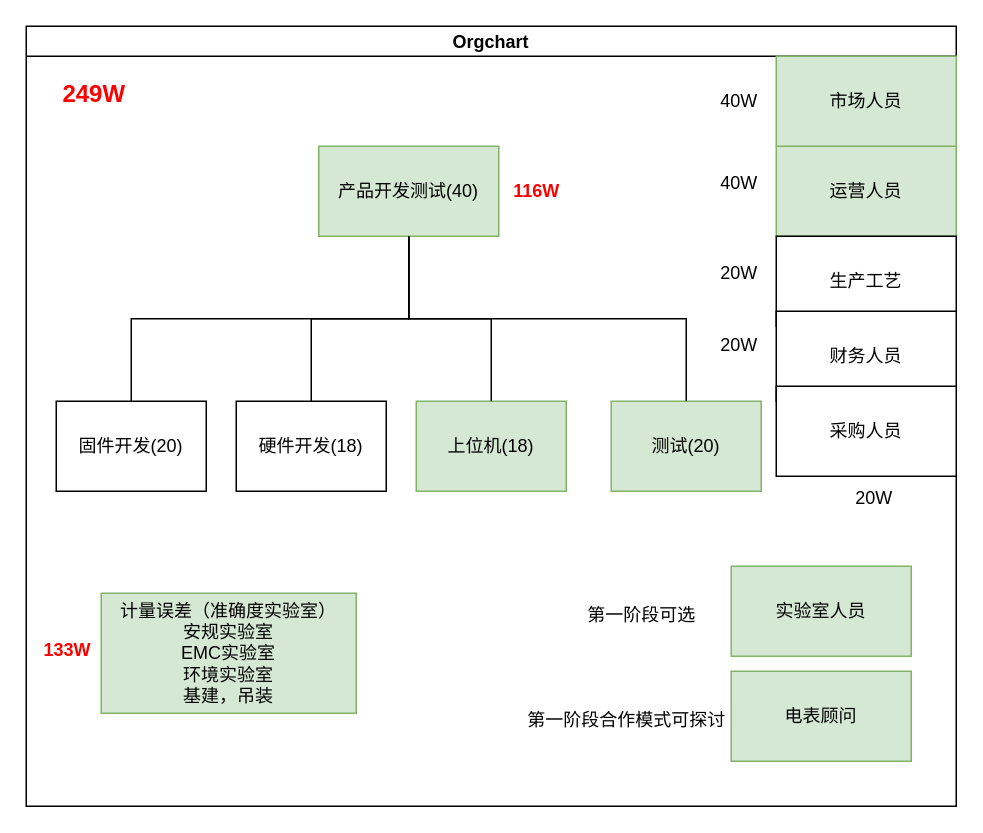
Earlier version of the draw.io diagram 开发团队.drawio (q30china/draw). Source tidied: cells renumbered, new cells numbered last; positions are measured from the earlier drawing's top-left corner, leaving out a move shared by most shapes. Both pictures are drawn from the tidied source at 150%, with x=0, y=0 at pixel (26, 26).
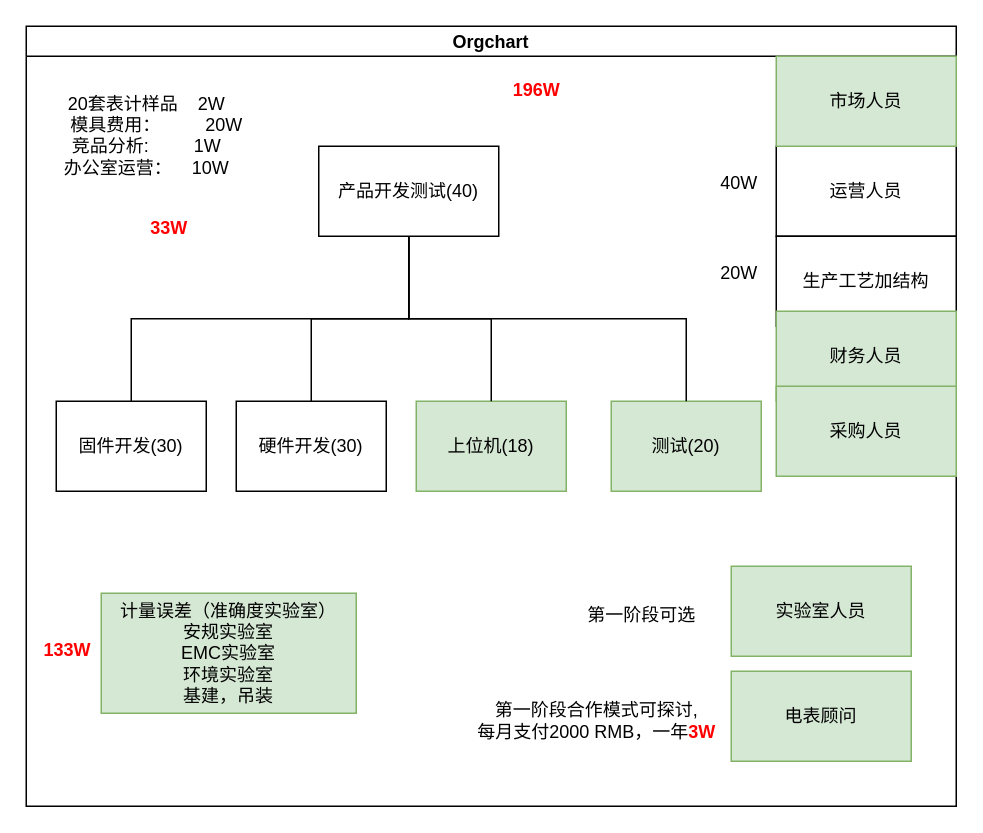
After the change.

Commit message:
更新开发团队.drawio

The change refers to these unchanged cells:
```xml
<mxCell id="2" value="Orgchart" style="swimlane;startSize=20;horizontal=1;containerType=tree;newEdgeStyle={&quot;edgeStyle&quot;:&quot;elbowEdgeStyle&quot;,&quot;startArrow&quot;:&quot;none&quot;,&quot;endArrow&quot;:&quot;none&quot;};" parent="1" vertex="1">
  <mxGeometry width="620" height="520" as="geometry" />
</mxCell>
<mxCell id="7" style="group;" parent="2" vertex="1">
  <mxGeometry x="320" y="360" width="270" height="130" as="geometry" />
</mxCell>
<mxCell id="13" style="group;" parent="2" vertex="1">
  <mxGeometry x="20" y="80" width="550" height="230" as="geometry" />
</mxCell>
```

Diff of the diagram source:
```diff
@@
-    <mxCell id="3" value="&lt;b&gt;&lt;font style=&quot;color: rgb(255, 0, 0); font-size: 16px;&quot;&gt;249W&lt;/font&gt;&lt;/b&gt;" style="text;html=1;align=center;verticalAlign=middle;strokeColor=none;fillColor=none;" parent="2" vertex="1">
-      <mxGeometry x="10" y="30" width="70" height="30" as="geometry" />
-    </mxCell>
@@
-    <mxCell id="12" value="第一阶段合作模式可探讨" style="text;html=1;align=center;verticalAlign=middle;strokeColor=none;fillColor=none;" parent="7" vertex="1">
-      <mxGeometry y="88" width="160" height="30" as="geometry" />
+    <mxCell id="12" value="第一阶段合作模式可探讨,&lt;div&gt;每月支付2000 RMB，一年&lt;font style=&quot;color: rgb(255, 0, 0);&quot;&gt;&lt;b&gt;3W&lt;/b&gt;&lt;/font&gt;&lt;/div&gt;" style="text;html=1;align=center;verticalAlign=middle;strokeColor=none;fillColor=none;" parent="7" vertex="1">
+      <mxGeometry x="-30" y="83" width="180" height="40" as="geometry" />
     </mxCell>
@@
-    <mxCell id="16" value="产品开发测试(40)" style="whiteSpace=wrap;html=1;align=center;newEdgeStyle={&quot;edgeStyle&quot;:&quot;elbowEdgeStyle&quot;,&quot;startArrow&quot;:&quot;none&quot;,&quot;endArrow&quot;:&quot;none&quot;};fillColor=#d5e8d4;strokeColor=#82b366;" parent="13" vertex="1">
+    <mxCell id="16" value="产品开发测试(40)" style="whiteSpace=wrap;html=1;align=center;newEdgeStyle={&quot;edgeStyle&quot;:&quot;elbowEdgeStyle&quot;,&quot;startArrow&quot;:&quot;none&quot;,&quot;endArrow&quot;:&quot;none&quot;};" parent="13" vertex="1">
       <mxGeometry x="175" width="120" height="60" as="geometry" />
     </mxCell>
-    <mxCell id="17" value="固件开发(20)" style="whiteSpace=wrap;html=1;align=center;verticalAlign=middle;newEdgeStyle={&quot;edgeStyle&quot;:&quot;elbowEdgeStyle&quot;,&quot;startArrow&quot;:&quot;none&quot;,&quot;endArrow&quot;:&quot;none&quot;};" parent="13" vertex="1" collapsed="1">
+    <mxCell id="17" value="固件开发(30)" style="whiteSpace=wrap;html=1;align=center;verticalAlign=middle;newEdgeStyle={&quot;edgeStyle&quot;:&quot;elbowEdgeStyle&quot;,&quot;startArrow&quot;:&quot;none&quot;,&quot;endArrow&quot;:&quot;none&quot;};" parent="13" vertex="1" collapsed="1">
       <mxGeometry y="170" width="100" height="60" as="geometry" />
     </mxCell>
-    <mxCell id="18" value="硬件开发(18)" style="whiteSpace=wrap;html=1;align=center;verticalAlign=middle;newEdgeStyle={&quot;edgeStyle&quot;:&quot;elbowEdgeStyle&quot;,&quot;startArrow&quot;:&quot;none&quot;,&quot;endArrow&quot;:&quot;none&quot;};" parent="13" vertex="1">
+    <mxCell id="18" value="硬件开发(30)" style="whiteSpace=wrap;html=1;align=center;verticalAlign=middle;newEdgeStyle={&quot;edgeStyle&quot;:&quot;elbowEdgeStyle&quot;,&quot;startArrow&quot;:&quot;none&quot;,&quot;endArrow&quot;:&quot;none&quot;};" parent="13" vertex="1">
       <mxGeometry x="120" y="170" width="100" height="60" as="geometry" />
     </mxCell>
@@
-    <mxCell id="23" value="&lt;font style=&quot;color: rgb(255, 0, 0);&quot;&gt;&lt;b&gt;116W&lt;/b&gt;&lt;/font&gt;" style="text;html=1;align=center;verticalAlign=middle;strokeColor=none;fillColor=none;" parent="13" vertex="1">
-      <mxGeometry x="295" y="15" width="50" height="30" as="geometry" />
-    </mxCell>
-    <mxCell id="24" value="运营人员" style="whiteSpace=wrap;html=1;fillColor=#d5e8d4;strokeColor=#82b366;" parent="13" vertex="1">
+    <mxCell id="24" value="运营人员" style="whiteSpace=wrap;html=1;" parent="13" vertex="1">
       <mxGeometry x="480" width="120" height="60" as="geometry" />
     </mxCell>
@@
-    <mxCell id="27" value="20W" style="text;html=1;align=center;verticalAlign=middle;strokeColor=none;fillColor=none;" parent="13" vertex="1">
-      <mxGeometry x="430" y="118" width="50" height="30" as="geometry" />
-    </mxCell>
@@
-    <mxCell id="29" value="生产工艺" style="whiteSpace=wrap;html=1;" parent="2" vertex="1">
+    <mxCell id="29" value="生产工艺加结构" style="whiteSpace=wrap;html=1;" parent="2" vertex="1">
       <mxGeometry x="500" y="140" width="120" height="60" as="geometry" />
     </mxCell>
-    <mxCell id="30" value="40W" style="text;html=1;align=center;verticalAlign=middle;strokeColor=none;fillColor=none;" parent="2" vertex="1">
-      <mxGeometry x="450" y="35" width="50" height="30" as="geometry" />
-    </mxCell>
-    <mxCell id="31" value="20W" style="text;html=1;align=center;verticalAlign=middle;strokeColor=none;fillColor=none;" parent="2" vertex="1">
-      <mxGeometry x="540" y="300" width="50" height="30" as="geometry" />
-    </mxCell>
+    <mxCell id="34" value="20套表计样品&amp;nbsp; &amp;nbsp; 2W&lt;div&gt;&amp;nbsp; &amp;nbsp; 模具费用：&amp;nbsp; &amp;nbsp; &amp;nbsp; &amp;nbsp; &amp;nbsp;20W&lt;/div&gt;&lt;div&gt;&lt;span style=&quot;background-color: transparent; color: light-dark(rgb(0, 0, 0), rgb(255, 255, 255));&quot;&gt;竞品分析:&amp;nbsp; &amp;nbsp; &amp;nbsp; &amp;nbsp; &amp;nbsp;1W&lt;/span&gt;&lt;/div&gt;&lt;div&gt;办公室运营：&amp;nbsp; &amp;nbsp; 10W&lt;/div&gt;&lt;div&gt;&lt;br&gt;&lt;/div&gt;" style="text;html=1;align=center;verticalAlign=middle;strokeColor=none;fillColor=none;" parent="2" vertex="1">
+      <mxGeometry x="5" y="35" width="150" height="90" as="geometry" />
+    </mxCell>
-    <mxCell id="32" value="财务人员" style="whiteSpace=wrap;html=1;" parent="1" vertex="1">
+    <mxCell id="32" value="财务人员" style="whiteSpace=wrap;html=1;fillColor=#d5e8d4;strokeColor=#82b366;" parent="1" vertex="1">
       <mxGeometry x="500" y="190" width="120" height="60" as="geometry" />
     </mxCell>
-    <mxCell id="33" value="采购人员" style="whiteSpace=wrap;html=1;" parent="1" vertex="1">
+    <mxCell id="33" value="采购人员" style="whiteSpace=wrap;html=1;fillColor=#d5e8d4;strokeColor=#82b366;" parent="1" vertex="1">
       <mxGeometry x="500" y="240" width="120" height="60" as="geometry" />
     </mxCell>
+    <mxCell id="35" value="&lt;b&gt;&lt;font style=&quot;color: rgb(255, 0, 0);&quot;&gt;196W&lt;/font&gt;&lt;/b&gt;" style="text;html=1;align=center;verticalAlign=middle;strokeColor=none;fillColor=none;" parent="1" vertex="1">
+      <mxGeometry x="315" y="28" width="50" height="30" as="geometry" />
+    </mxCell>
+    <mxCell id="36" value="&lt;b&gt;&lt;font style=&quot;color: rgb(255, 0, 0);&quot;&gt;33W&lt;/font&gt;&lt;/b&gt;" style="text;html=1;align=center;verticalAlign=middle;strokeColor=none;fillColor=none;" parent="1" vertex="1">
+      <mxGeometry x="70" y="120" width="50" height="30" as="geometry" />
+    </mxCell>
```
